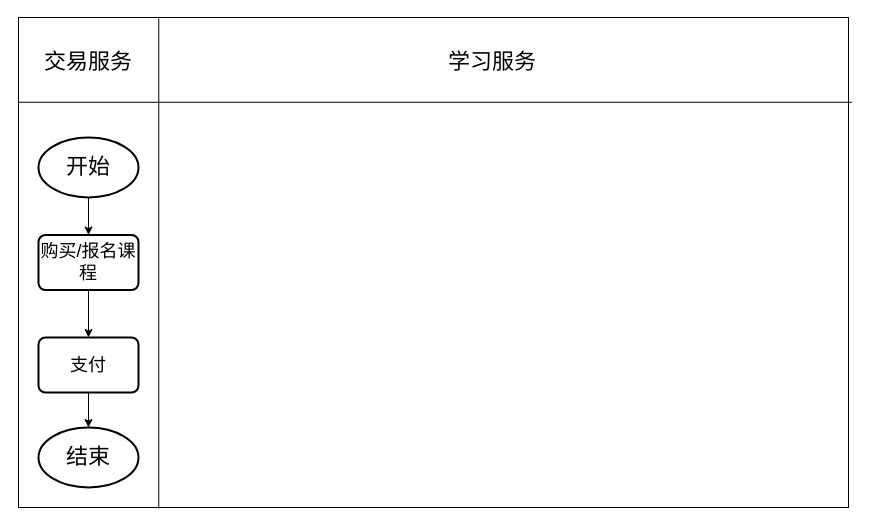
This is com/yxq/draw/tianji/未命名绘图.drawio from 930409641/draw.io, a draw.io file, before an edit. Source tidied: cells renumbered, new cells numbered last; positions are measured from the earlier drawing's top-left corner, leaving out a move shared by most shapes. Both pictures are drawn from the tidied source at 100%, with x=0, y=0 at pixel (18, 17).
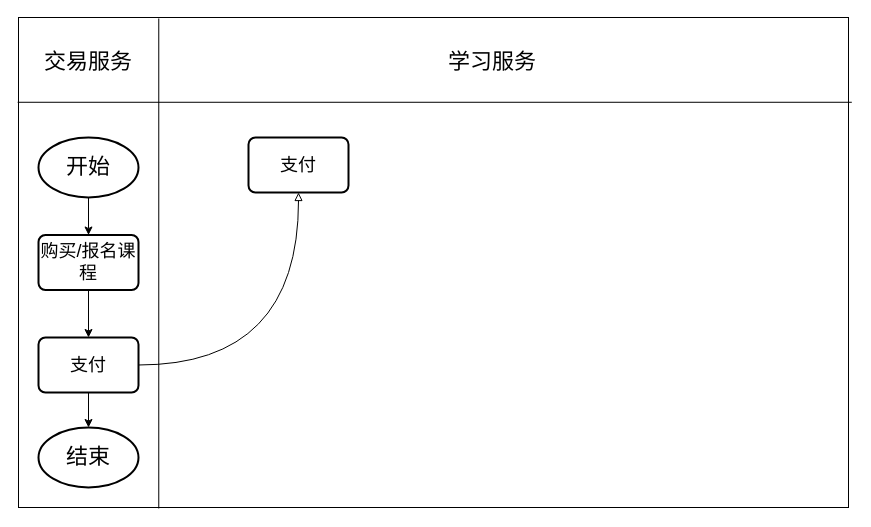
The same page after the edit.

Change to the diagram source:
```diff
@@
 <mxGraphModel>
   <root>
     <mxCell id="0" />
     <mxCell id="1" parent="0" />
     <mxCell id="2" style="rounded=0;whiteSpace=wrap;html=1;" parent="1" vertex="1">
       <mxGeometry width="830" height="490" as="geometry" />
     </mxCell>
     <mxCell id="3" style="endArrow=none;html=1;rounded=0;exitX=1.004;exitY=0.173;exitDx=0;exitDy=0;entryX=-0.001;entryY=0.173;entryDx=0;entryDy=0;exitPerimeter=0;entryPerimeter=0;" parent="1" edge="1" source="2" target="2">
       <mxGeometry relative="1" as="geometry" />
     </mxCell>
     <mxCell id="4" style="endArrow=none;html=1;rounded=0;entryX=0.169;entryY=0.002;entryDx=0;entryDy=0;entryPerimeter=0;exitX=0.169;exitY=1.002;exitDx=0;exitDy=0;exitPerimeter=0;" parent="1" edge="1" source="2" target="2">
       <mxGeometry relative="1" as="geometry" />
     </mxCell>
     <mxCell id="5" value="学习服务" style="text;html=1;strokeColor=none;fillColor=none;align=center;verticalAlign=middle;whiteSpace=wrap;rounded=0;fontSize=22;" parent="1" vertex="1">
       <mxGeometry x="414" y="10" width="120" height="70" as="geometry" />
     </mxCell>
     <mxCell id="6" value="交易服务" style="text;html=1;strokeColor=none;fillColor=none;align=center;verticalAlign=middle;whiteSpace=wrap;rounded=0;fontSize=22;" parent="1" vertex="1">
       <mxGeometry x="10" y="10" width="120" height="70" as="geometry" />
     </mxCell>
     <mxCell id="7" style="edgeStyle=orthogonalEdgeStyle;rounded=0;jettySize=auto;html=1;" parent="1" edge="1" source="8" target="10">
       <mxGeometry relative="1" as="geometry" />
     </mxCell>
     <mxCell id="8" value="&lt;font style=&quot;font-size: 22px;&quot;&gt;开始&lt;/font&gt;" style="strokeWidth=2;html=1;shape=mxgraph.flowchart.start_1;whiteSpace=wrap;" parent="1" vertex="1">
       <mxGeometry x="20" y="120" width="100" height="60" as="geometry" />
     </mxCell>
     <mxCell id="9" style="edgeStyle=orthogonalEdgeStyle;rounded=0;jettySize=auto;html=1;" parent="1" edge="1" source="10" target="12">
       <mxGeometry relative="1" as="geometry" />
     </mxCell>
     <mxCell id="10" value="&lt;font style=&quot;font-size: 18px;&quot;&gt;购买/报名课程&lt;/font&gt;" style="rounded=1;whiteSpace=wrap;html=1;absoluteArcSize=1;arcSize=14;strokeWidth=2;" parent="1" vertex="1">
       <mxGeometry x="20" y="217.5" width="100" height="55" as="geometry" />
     </mxCell>
     <mxCell id="11" style="edgeStyle=orthogonalEdgeStyle;rounded=0;jettySize=auto;html=1;" parent="1" edge="1" source="12" target="13">
       <mxGeometry relative="1" as="geometry" />
     </mxCell>
+    <mxCell id="14" style="edgeStyle=orthogonalEdgeStyle;rounded=0;jettySize=auto;html=1;horizontal=1;verticalAlign=top;curved=1;startArrow=none;startFill=0;endArrow=block;endFill=0;" parent="1" edge="1" source="12" target="15">
+      <mxGeometry relative="1" as="geometry">
+        <Array as="points">
+          <mxPoint x="280" y="348" />
+        </Array>
+      </mxGeometry>
+    </mxCell>
     <mxCell id="12" value="&lt;font style=&quot;font-size: 18px;&quot;&gt;支付&lt;/font&gt;" style="rounded=1;whiteSpace=wrap;html=1;absoluteArcSize=1;arcSize=14;strokeWidth=2;" parent="1" vertex="1">
       <mxGeometry x="20" y="320" width="100" height="55" as="geometry" />
     </mxCell>
     <mxCell id="13" value="&lt;span style=&quot;font-size: 22px;&quot;&gt;结束&lt;/span&gt;" style="strokeWidth=2;html=1;shape=mxgraph.flowchart.start_1;whiteSpace=wrap;" parent="1" vertex="1">
       <mxGeometry x="20" y="410" width="100" height="60" as="geometry" />
     </mxCell>
+    <mxCell id="15" value="&lt;font style=&quot;font-size: 18px;&quot;&gt;支付&lt;/font&gt;" style="rounded=1;whiteSpace=wrap;html=1;absoluteArcSize=1;arcSize=14;strokeWidth=2;" parent="1" vertex="1">
+      <mxGeometry x="230" y="120" width="100" height="55" as="geometry" />
+    </mxCell>
   </root>
 </mxGraphModel>
```
